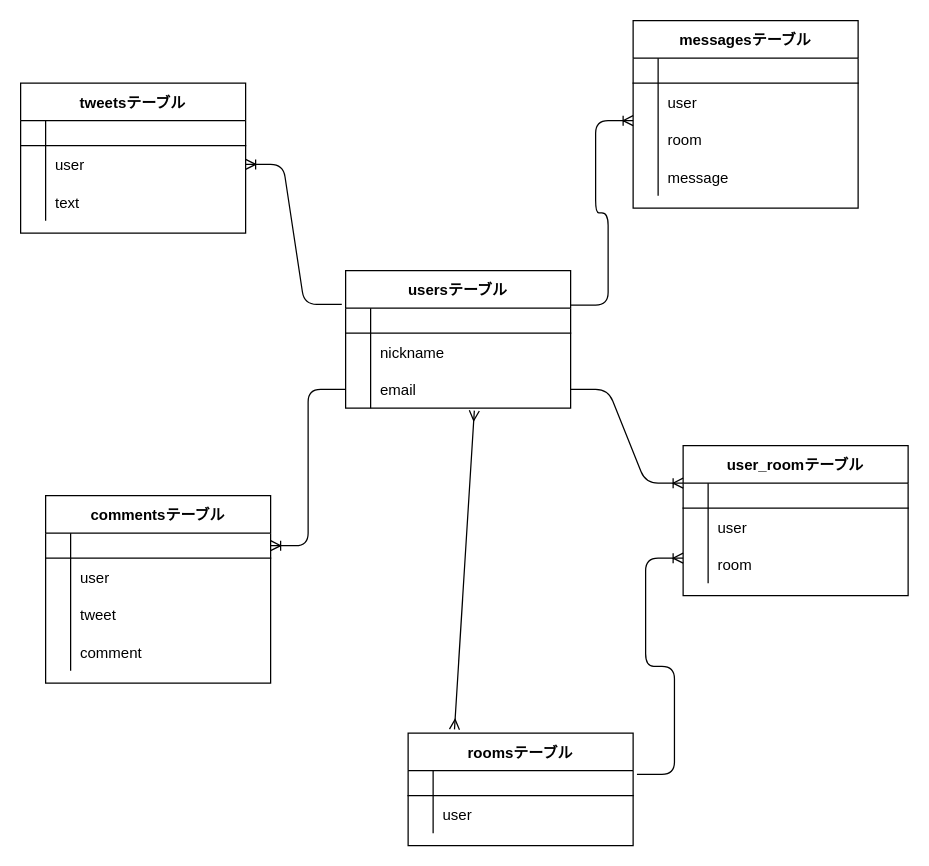
Earlier version of the draw.io diagram test.dio (Ota66/share-34421). Source tidied: cells renumbered, new cells numbered last; positions are measured from the earlier drawing's top-left corner, leaving out a move shared by most shapes. Both pictures are drawn from the tidied source at 125%, with x=0, y=0 at pixel (20, 20).
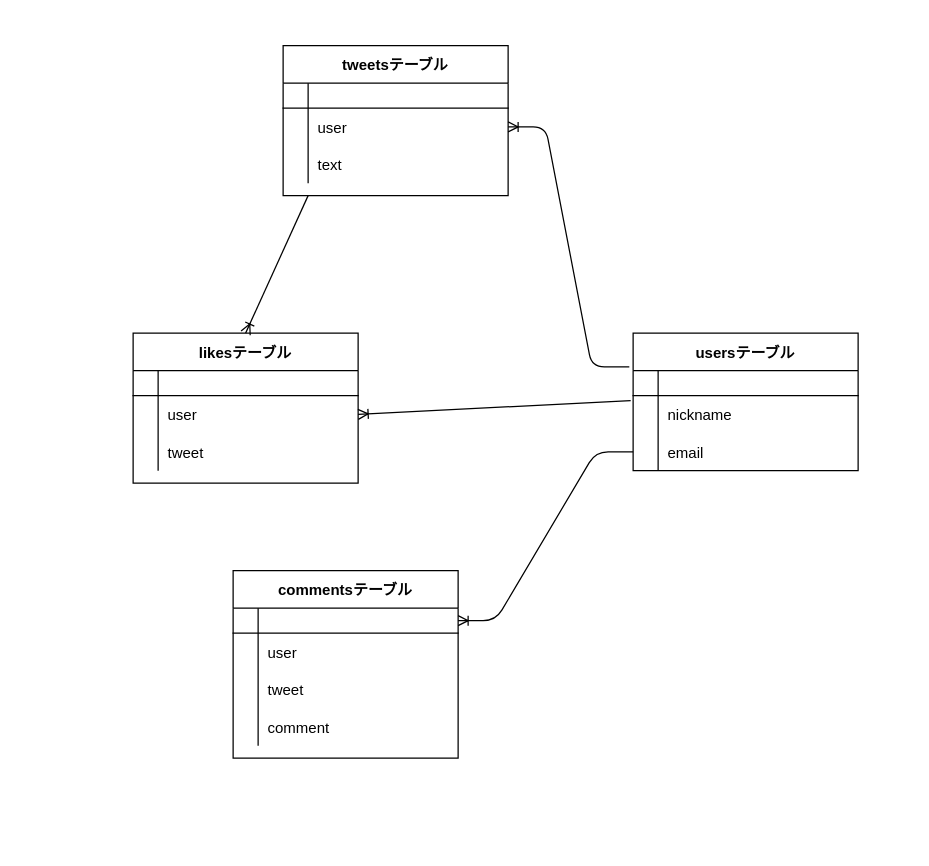
The same diagram, later.

The change refers to these unchanged cells:
```xml
<mxCell id="6" style="shape=partialRectangle;fillColor=none;top=0;left=0;bottom=0;right=0;points=[[0,0.5],[1,0.5]];portConstraint=eastwest;" parent="2" vertex="1">
  <mxGeometry y="50" width="180" height="30" as="geometry" />
</mxCell>
<mxCell id="9" style="shape=partialRectangle;fillColor=none;top=0;left=0;bottom=0;right=0;points=[[0,0.5],[1,0.5]];portConstraint=eastwest;" parent="2" vertex="1">
  <mxGeometry y="80" width="180" height="30" as="geometry" />
</mxCell>
```

The edit, as a diff of the source:
```diff
@@
     <mxCell id="2" value="usersテーブル" style="shape=table;startSize=30;childLayout=tableLayout;rowLines=0;fontStyle=1;align=center;" parent="1" vertex="1">
-      <mxGeometry x="260" y="200" width="180" height="110" as="geometry" />
+      <mxGeometry x="490" y="250" width="180" height="110" as="geometry" />
     </mxCell>
@@
     <mxCell id="12" value="tweetsテーブル" style="shape=table;startSize=30;childLayout=tableLayout;rowLines=0;fontStyle=1;align=center;" parent="1" vertex="1">
-      <mxGeometry y="50" width="180" height="120" as="geometry" />
+      <mxGeometry x="210" y="20" width="180" height="120" as="geometry" />
     </mxCell>
@@
     <mxCell id="22" value="commentsテーブル" style="shape=table;startSize=30;childLayout=tableLayout;rowLines=0;fontStyle=1;align=center;" parent="1" vertex="1">
-      <mxGeometry x="20" y="380" width="180" height="150" as="geometry" />
+      <mxGeometry x="170" y="440" width="180" height="150" as="geometry" />
     </mxCell>
@@
-    <mxCell id="35" value="messagesテーブル" style="shape=table;startSize=30;childLayout=tableLayout;rowLines=0;fontStyle=1;align=center;" parent="1" vertex="1">
-      <mxGeometry x="490" width="180" height="150" as="geometry" />
-    </mxCell>
-    <mxCell id="36" style="shape=partialRectangle;fillColor=none;top=0;left=0;bottom=1;right=0;" parent="35" vertex="1">
-      <mxGeometry y="30" width="180" height="20" as="geometry" />
-    </mxCell>
-    <mxCell id="37" style="shape=partialRectangle;fillColor=none;top=0;left=0;bottom=0;right=0;fontStyle=1;overflow=hidden;" parent="36" vertex="1">
-      <mxGeometry width="20" height="20" as="geometry" />
-    </mxCell>
-    <mxCell id="38" style="shape=partialRectangle;fillColor=none;top=0;left=0;bottom=0;right=0;align=left;spacingLeft=6;fontStyle=5;overflow=hidden;" parent="36" vertex="1">
-      <mxGeometry x="20" width="160" height="20" as="geometry" />
-    </mxCell>
-    <mxCell id="39" style="shape=partialRectangle;fillColor=none;top=0;left=0;bottom=0;right=0;" parent="35" vertex="1">
-      <mxGeometry y="50" width="180" height="30" as="geometry" />
-    </mxCell>
-    <mxCell id="40" style="shape=partialRectangle;fillColor=none;top=0;left=0;bottom=0;right=0;overflow=hidden;" parent="39" vertex="1">
-      <mxGeometry width="20" height="30" as="geometry" />
-    </mxCell>
-    <mxCell id="41" value="user" style="shape=partialRectangle;fillColor=none;top=0;left=0;bottom=0;right=0;align=left;spacingLeft=6;overflow=hidden;" parent="39" vertex="1">
-      <mxGeometry x="20" width="160" height="30" as="geometry" />
-    </mxCell>
-    <mxCell id="42" style="shape=partialRectangle;fillColor=none;top=0;left=0;bottom=0;right=0;" parent="35" vertex="1">
-      <mxGeometry y="80" width="180" height="30" as="geometry" />
-    </mxCell>
-    <mxCell id="43" style="shape=partialRectangle;fillColor=none;top=0;left=0;bottom=0;right=0;overflow=hidden;" parent="42" vertex="1">
-      <mxGeometry width="20" height="30" as="geometry" />
-    </mxCell>
-    <mxCell id="44" value="room" style="shape=partialRectangle;fillColor=none;top=0;left=0;bottom=0;right=0;align=left;spacingLeft=6;overflow=hidden;" parent="42" vertex="1">
-      <mxGeometry x="20" width="160" height="30" as="geometry" />
-    </mxCell>
-    <mxCell id="45" style="shape=partialRectangle;fillColor=none;top=0;left=0;bottom=0;right=0;" parent="35" vertex="1">
-      <mxGeometry y="110" width="180" height="30" as="geometry" />
-    </mxCell>
-    <mxCell id="46" style="shape=partialRectangle;fillColor=none;top=0;left=0;bottom=0;right=0;overflow=hidden;" parent="45" vertex="1">
-      <mxGeometry width="20" height="30" as="geometry" />
-    </mxCell>
-    <mxCell id="47" value="message" style="shape=partialRectangle;fillColor=none;top=0;left=0;bottom=0;right=0;align=left;spacingLeft=6;overflow=hidden;" parent="45" vertex="1">
-      <mxGeometry x="20" width="160" height="30" as="geometry" />
-    </mxCell>
-    <mxCell id="48" value="roomsテーブル" style="shape=table;startSize=30;childLayout=tableLayout;rowLines=0;fontStyle=1;align=center;" parent="1" vertex="1">
-      <mxGeometry x="310" y="570" width="180" height="90" as="geometry" />
-    </mxCell>
-    <mxCell id="49" style="shape=partialRectangle;fillColor=none;top=0;left=0;bottom=1;right=0;points=[[0,0.5],[1,0.5]];portConstraint=eastwest;" parent="48" vertex="1">
-      <mxGeometry y="30" width="180" height="20" as="geometry" />
-    </mxCell>
-    <mxCell id="50" style="shape=partialRectangle;fillColor=none;top=0;left=0;bottom=0;right=0;fontStyle=1;overflow=hidden;" parent="49" vertex="1">
-      <mxGeometry width="20" height="20" as="geometry" />
-    </mxCell>
-    <mxCell id="51" style="shape=partialRectangle;fillColor=none;top=0;left=0;bottom=0;right=0;align=left;spacingLeft=6;fontStyle=5;overflow=hidden;" parent="49" vertex="1">
-      <mxGeometry x="20" width="160" height="20" as="geometry" />
-    </mxCell>
-    <mxCell id="52" style="shape=partialRectangle;fillColor=none;top=0;left=0;bottom=0;right=0;" parent="48" vertex="1">
-      <mxGeometry y="50" width="180" height="30" as="geometry" />
-    </mxCell>
-    <mxCell id="53" style="shape=partialRectangle;fillColor=none;top=0;left=0;bottom=0;right=0;overflow=hidden;" parent="52" vertex="1">
-      <mxGeometry width="20" height="30" as="geometry" />
-    </mxCell>
-    <mxCell id="54" value="user" style="shape=partialRectangle;fillColor=none;top=0;left=0;bottom=0;right=0;align=left;spacingLeft=6;overflow=hidden;" parent="52" vertex="1">
-      <mxGeometry x="20" width="160" height="30" as="geometry" />
-    </mxCell>
-    <mxCell id="55" value="user_roomテーブル" style="shape=table;startSize=30;childLayout=tableLayout;rowLines=0;fontStyle=1;align=center;" parent="1" vertex="1">
-      <mxGeometry x="530" y="340" width="180" height="120" as="geometry" />
-    </mxCell>
-    <mxCell id="56" style="shape=partialRectangle;fillColor=none;top=0;left=0;bottom=1;right=0;points=[[0,0.5],[1,0.5]];portConstraint=eastwest;" parent="55" vertex="1">
-      <mxGeometry y="30" width="180" height="20" as="geometry" />
-    </mxCell>
-    <mxCell id="57" style="shape=partialRectangle;fillColor=none;top=0;left=0;bottom=0;right=0;fontStyle=1;overflow=hidden;" parent="56" vertex="1">
-      <mxGeometry width="20" height="20" as="geometry" />
-    </mxCell>
-    <mxCell id="58" style="shape=partialRectangle;fillColor=none;top=0;left=0;bottom=0;right=0;align=left;spacingLeft=6;fontStyle=5;overflow=hidden;" parent="56" vertex="1">
-      <mxGeometry x="20" width="160" height="20" as="geometry" />
-    </mxCell>
-    <mxCell id="59" style="shape=partialRectangle;fillColor=none;top=0;left=0;bottom=0;right=0;" parent="55" vertex="1">
-      <mxGeometry y="50" width="180" height="30" as="geometry" />
-    </mxCell>
-    <mxCell id="60" style="shape=partialRectangle;fillColor=none;top=0;left=0;bottom=0;right=0;overflow=hidden;" parent="59" vertex="1">
-      <mxGeometry width="20" height="30" as="geometry" />
-    </mxCell>
-    <mxCell id="61" value="user" style="shape=partialRectangle;fillColor=none;top=0;left=0;bottom=0;right=0;align=left;spacingLeft=6;overflow=hidden;" parent="59" vertex="1">
-      <mxGeometry x="20" width="160" height="30" as="geometry" />
-    </mxCell>
-    <mxCell id="62" style="shape=partialRectangle;fillColor=none;top=0;left=0;bottom=0;right=0;" parent="55" vertex="1">
-      <mxGeometry y="80" width="180" height="30" as="geometry" />
-    </mxCell>
-    <mxCell id="63" style="shape=partialRectangle;fillColor=none;top=0;left=0;bottom=0;right=0;overflow=hidden;" parent="62" vertex="1">
-      <mxGeometry width="20" height="30" as="geometry" />
-    </mxCell>
-    <mxCell id="64" value="room" style="shape=partialRectangle;fillColor=none;top=0;left=0;bottom=0;right=0;align=left;spacingLeft=6;overflow=hidden;" parent="62" vertex="1">
-      <mxGeometry x="20" width="160" height="30" as="geometry" />
-    </mxCell>
@@
-    <mxCell id="67" style="edgeStyle=entityRelationEdgeStyle;fontSize=12;html=1;endArrow=ERoneToMany;exitX=1;exitY=0.25;exitDx=0;exitDy=0;" parent="1" edge="1" source="2">
-      <mxGeometry relative="1" as="geometry">
-        <mxPoint x="490" y="80" as="targetPoint" />
-      </mxGeometry>
-    </mxCell>
-    <mxCell id="68" style="edgeStyle=entityRelationEdgeStyle;fontSize=12;html=1;endArrow=ERoneToMany;exitX=1;exitY=0.5;exitDx=0;exitDy=0;entryX=0;entryY=0;entryDx=0;entryDy=0;entryPerimeter=0;" parent="1" edge="1" source="9" target="56">
-      <mxGeometry relative="1" as="geometry" />
-    </mxCell>
-    <mxCell id="69" style="edgeStyle=entityRelationEdgeStyle;fontSize=12;html=1;endArrow=ERoneToMany;exitX=1.017;exitY=0.15;exitDx=0;exitDy=0;exitPerimeter=0;" parent="1" edge="1" source="49">
-      <mxGeometry relative="1" as="geometry">
-        <mxPoint x="530" y="430" as="targetPoint" />
-      </mxGeometry>
-    </mxCell>
-    <mxCell id="70" style="fontSize=12;html=1;endArrow=ERmany;startArrow=ERmany;entryX=0.572;entryY=1.067;entryDx=0;entryDy=0;entryPerimeter=0;exitX=0.206;exitY=-0.033;exitDx=0;exitDy=0;exitPerimeter=0;" parent="1" edge="1" source="48" target="9">
-      <mxGeometry relative="1" as="geometry" />
+    <mxCell id="70" value="likesテーブル" style="shape=table;startSize=30;childLayout=tableLayout;rowLines=0;fontStyle=1;align=center;" parent="1" vertex="1">
+      <mxGeometry x="90" y="250" width="180" height="120" as="geometry" />
     </mxCell>
+    <mxCell id="71" style="shape=partialRectangle;fillColor=none;top=0;left=0;bottom=1;right=0;" parent="70" vertex="1">
+      <mxGeometry y="30" width="180" height="20" as="geometry" />
+    </mxCell>
+    <mxCell id="72" style="shape=partialRectangle;fillColor=none;top=0;left=0;bottom=0;right=0;fontStyle=1;overflow=hidden;" parent="71" vertex="1">
+      <mxGeometry width="20" height="20" as="geometry" />
+    </mxCell>
+    <mxCell id="73" style="shape=partialRectangle;fillColor=none;top=0;left=0;bottom=0;right=0;align=left;spacingLeft=6;fontStyle=5;overflow=hidden;" parent="71" vertex="1">
+      <mxGeometry x="20" width="160" height="20" as="geometry" />
+    </mxCell>
+    <mxCell id="74" style="shape=partialRectangle;fillColor=none;top=0;left=0;bottom=0;right=0;points=[[0,0.5],[1,0.5]];portConstraint=eastwest;" parent="70" vertex="1">
+      <mxGeometry y="50" width="180" height="30" as="geometry" />
+    </mxCell>
+    <mxCell id="75" style="shape=partialRectangle;fillColor=none;top=0;left=0;bottom=0;right=0;overflow=hidden;" parent="74" vertex="1">
+      <mxGeometry width="20" height="30" as="geometry" />
+    </mxCell>
+    <mxCell id="76" value="user" style="shape=partialRectangle;fillColor=none;top=0;left=0;bottom=0;right=0;align=left;spacingLeft=6;overflow=hidden;" parent="74" vertex="1">
+      <mxGeometry x="20" width="160" height="30" as="geometry" />
+    </mxCell>
+    <mxCell id="77" style="shape=partialRectangle;fillColor=none;top=0;left=0;bottom=0;right=0;" parent="70" vertex="1">
+      <mxGeometry y="80" width="180" height="30" as="geometry" />
+    </mxCell>
+    <mxCell id="78" style="shape=partialRectangle;fillColor=none;top=0;left=0;bottom=0;right=0;overflow=hidden;" parent="77" vertex="1">
+      <mxGeometry width="20" height="30" as="geometry" />
+    </mxCell>
+    <mxCell id="79" value="tweet" style="shape=partialRectangle;fillColor=none;top=0;left=0;bottom=0;right=0;align=left;spacingLeft=6;overflow=hidden;" parent="77" vertex="1">
+      <mxGeometry x="20" width="160" height="30" as="geometry" />
+    </mxCell>
+    <mxCell id="80" style="fontSize=12;html=1;endArrow=ERoneToMany;exitX=-0.011;exitY=0.133;exitDx=0;exitDy=0;exitPerimeter=0;entryX=1;entryY=0.5;entryDx=0;entryDy=0;" parent="1" edge="1" source="6" target="74">
+      <mxGeometry relative="1" as="geometry" />
+    </mxCell>
+    <mxCell id="81" style="fontSize=12;html=1;endArrow=ERoneToMany;entryX=0.5;entryY=0;entryDx=0;entryDy=0;" parent="1" edge="1" target="70">
+      <mxGeometry relative="1" as="geometry">
+        <mxPoint x="230" y="140" as="sourcePoint" />
+      </mxGeometry>
+    </mxCell>
```
